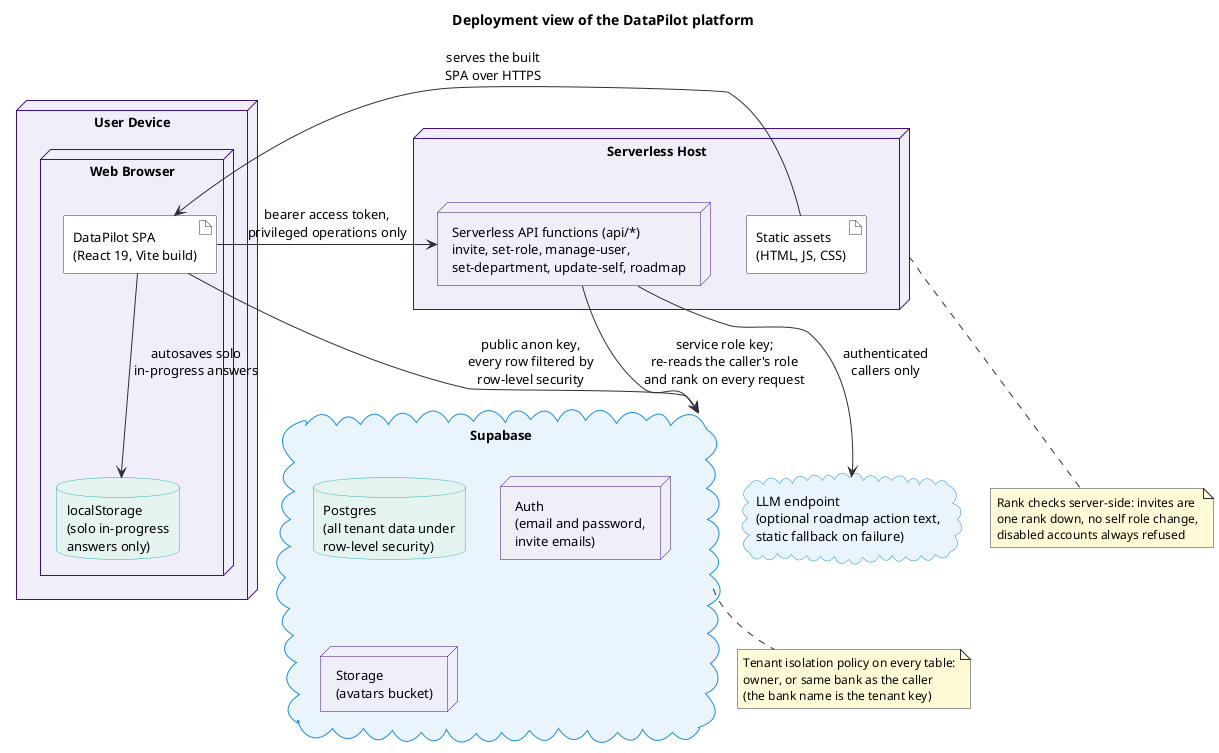
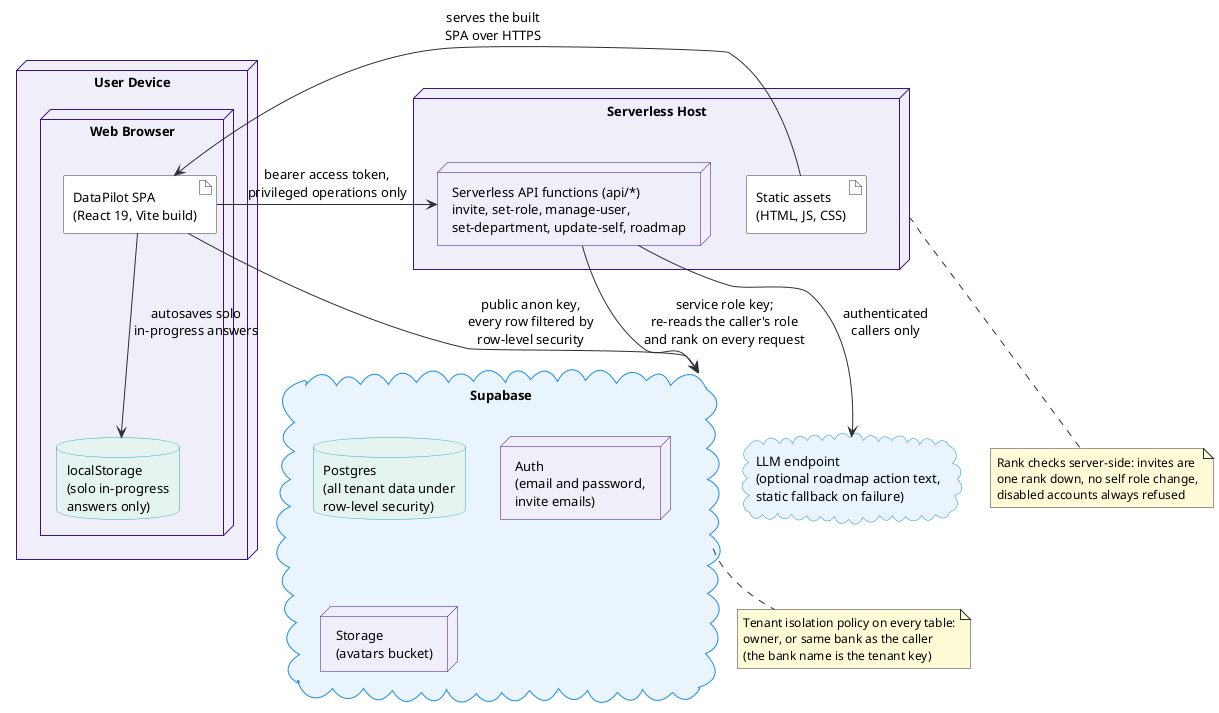
@startuml deployment
skinparam backgroundColor white
skinparam defaultFontSize 13
skinparam shadowing false
skinparam nodeBackgroundColor #F0EEF8
skinparam nodeBorderColor #3D108A
skinparam databaseBackgroundColor #E6F4F1
skinparam databaseBorderColor #27ACAA
skinparam cloudBackgroundColor #EAF4FD
skinparam cloudBorderColor #188CE5
skinparam artifactBackgroundColor #FFFFFF
skinparam artifactBorderColor #2E2E38
skinparam arrowColor #2E2E38
skinparam noteBackgroundColor #FFFBD6
skinparam noteBorderColor #2E2E38
skinparam noteFontSize 12

- title Deployment view of the DataPilot platform

node "User Device" as device {
  node "Web Browser" as browser {
    artifact "DataPilot SPA\n(React 19, Vite build)" as spa
    database "localStorage\n(solo in-progress\nanswers only)" as ls
  }
}

node "Serverless Host" as host {
  node "Serverless API functions (api/*)\ninvite, set-role, manage-user,\nset-department, update-self, roadmap" as api
  artifact "Static assets\n(HTML, JS, CSS)" as assets
}

cloud "Supabase" as supa {
  database "Postgres\n(all tenant data under\nrow-level security)" as pg
  node "Auth\n(email and password,\ninvite emails)" as auth
  node "Storage\n(avatars bucket)" as storage
}

cloud "LLM endpoint\n(optional roadmap action text,\nstatic fallback on failure)" as llm

assets -left-> spa : serves the built\nSPA over HTTPS
spa -down-> ls : autosaves solo\nin-progress answers
spa -down-> supa : public anon key,\nevery row filtered by\nrow-level security
spa -right-> api : bearer access token,\nprivileged operations only
api -down-> supa : service role key;\nre-reads the caller's role\nand rank on every request
api -down-> llm : authenticated\ncallers only

note bottom of supa
  Tenant isolation policy on every table:
  owner, or same bank as the caller
  (the bank name is the tenant key)
end note

note bottom of host
  Rank checks server-side: invites are
  one rank down, no self role change,
  disabled accounts always refused
end note

@enduml
